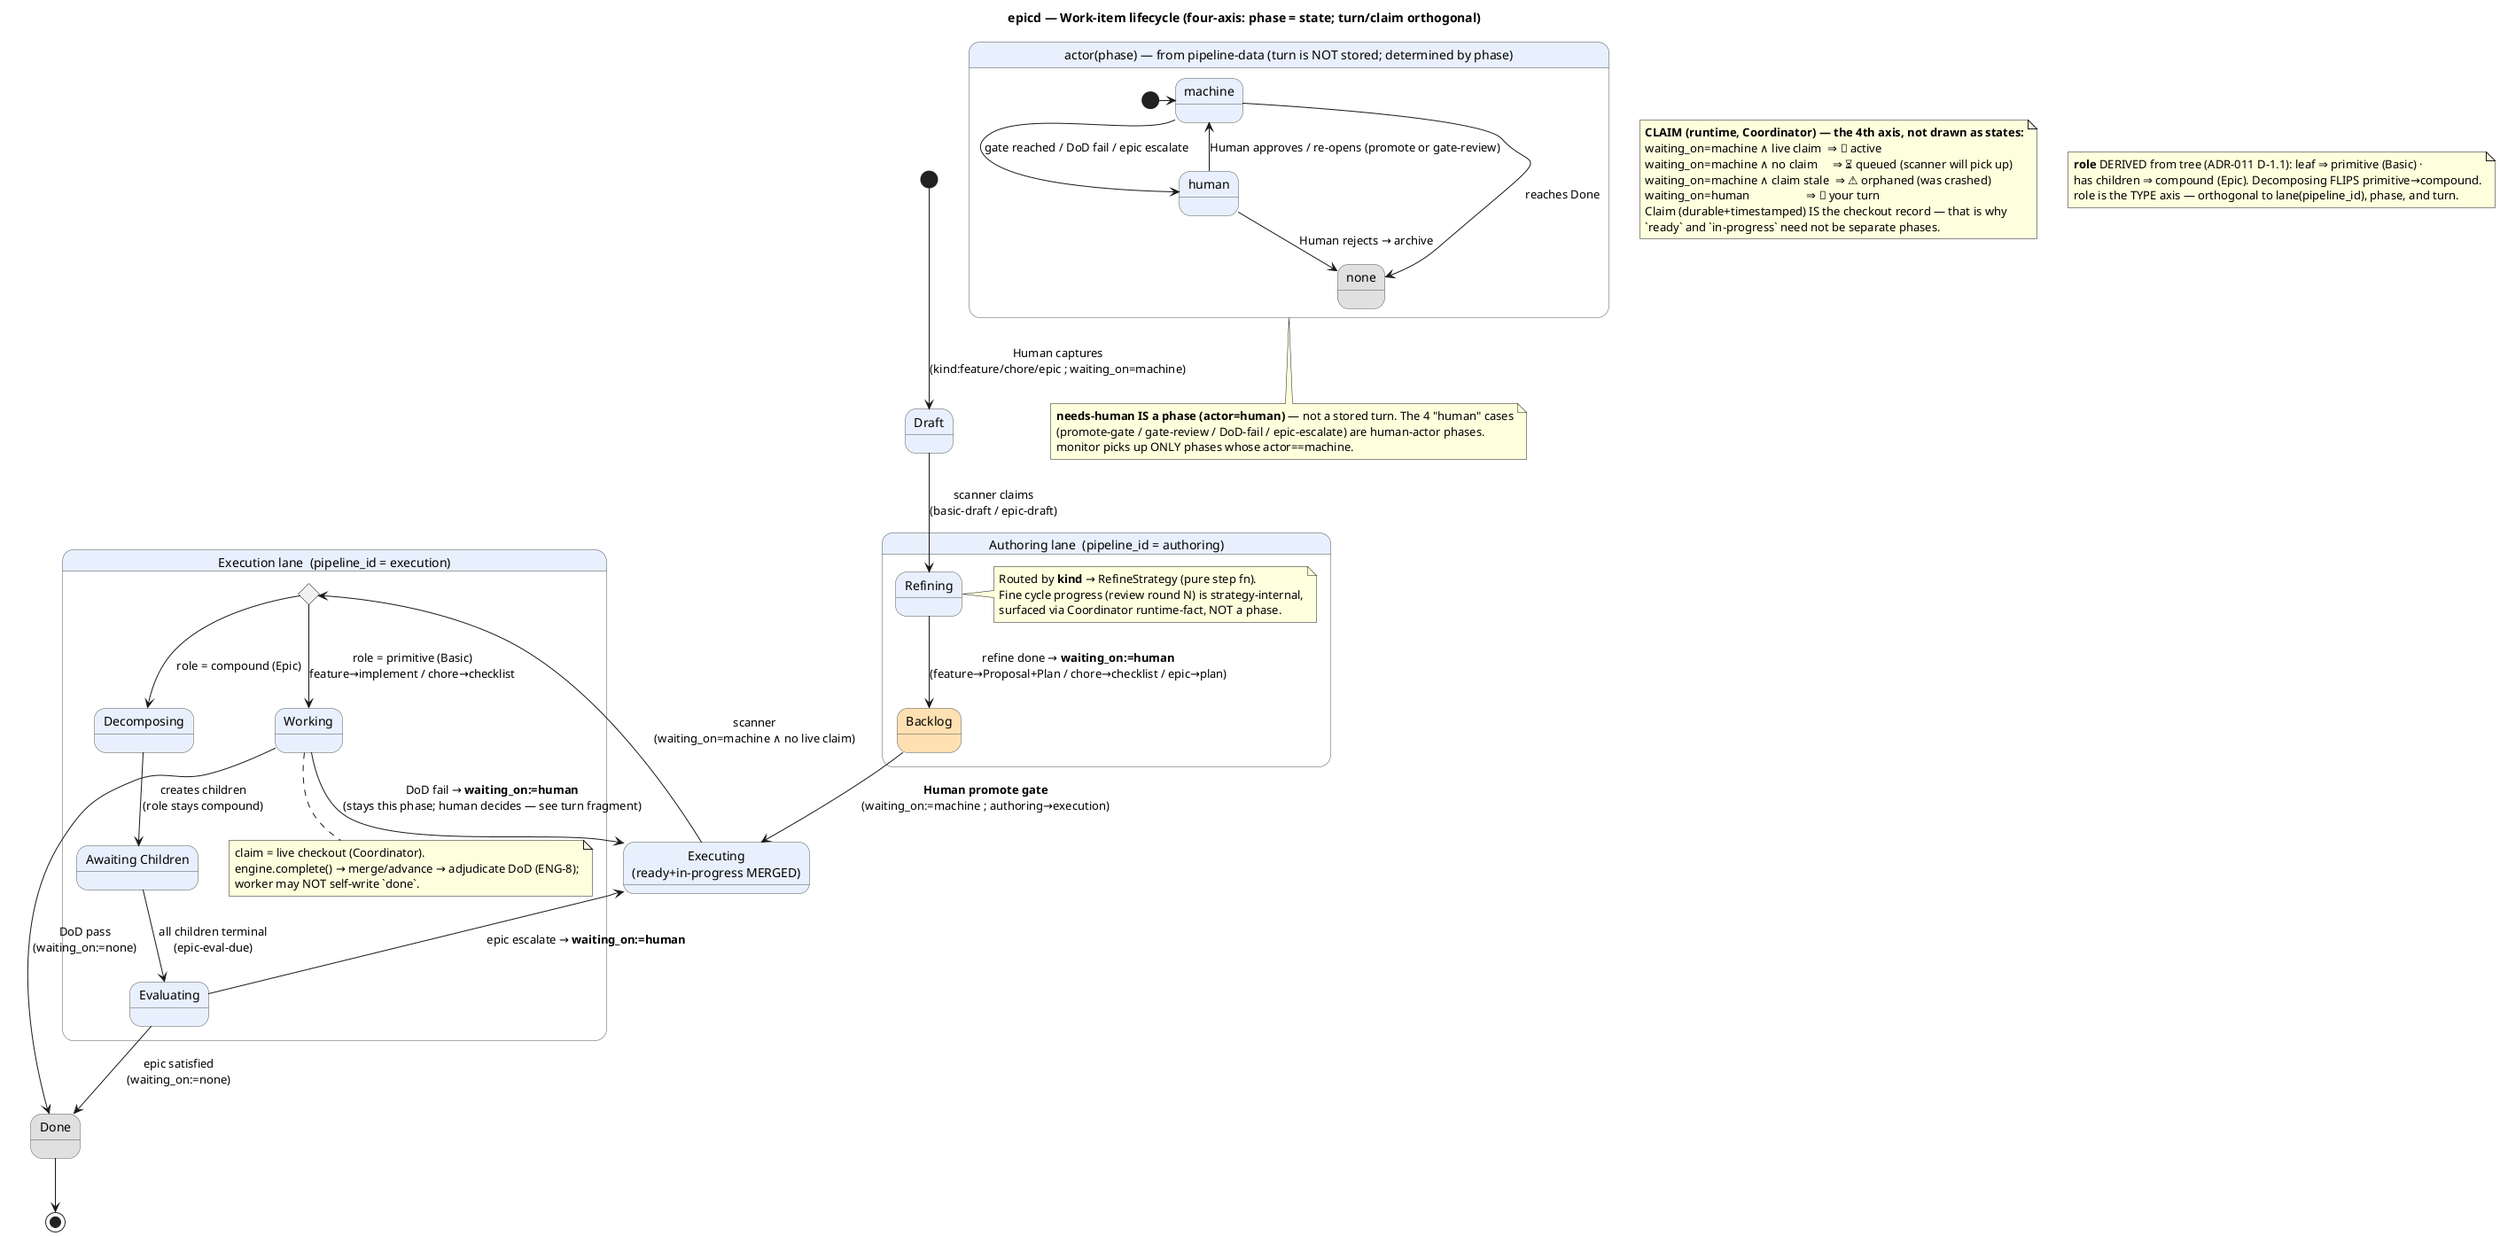
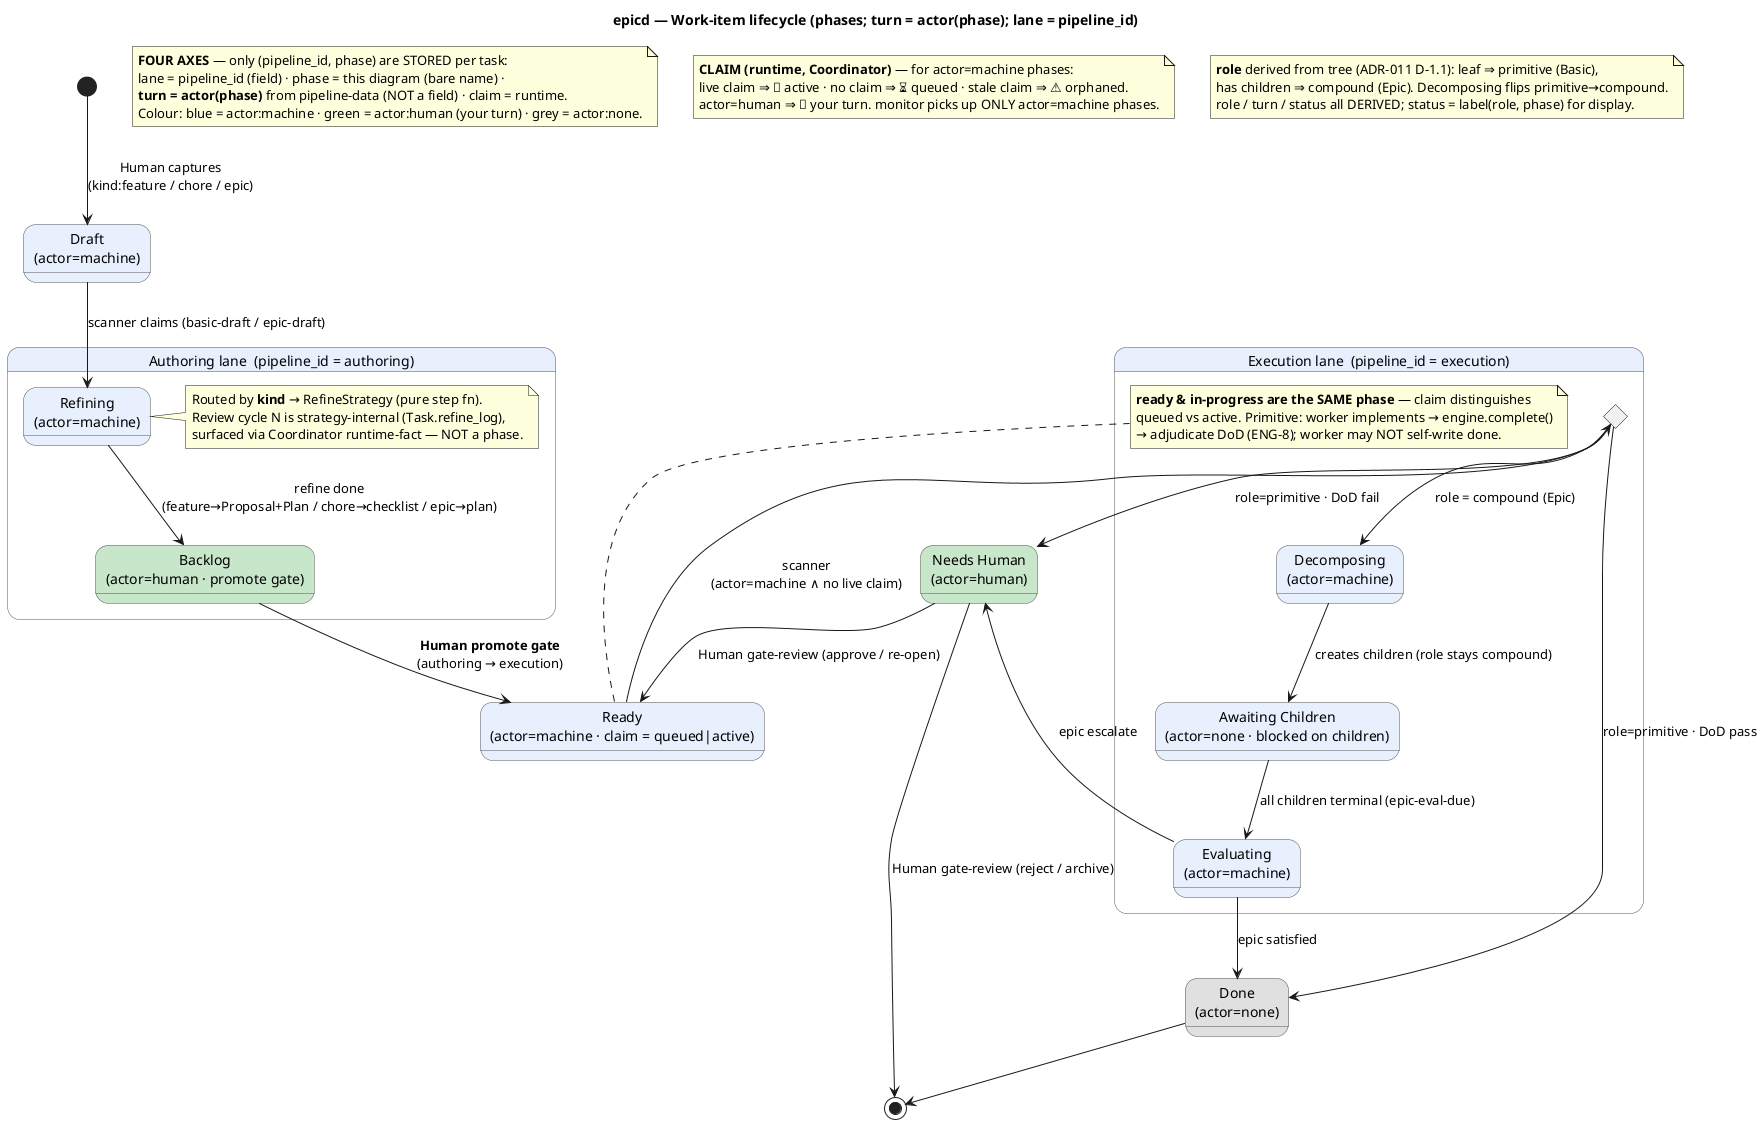
@startuml epicd-workitem-state
- ' epicd — State diagram: a Task's lifecycle across the authoring & execution pipelines.
- ' FOUR-AXIS model (2026-07-04 FINAL): per-task stores only pipeline_id + bare `phase`.
- '   lane   = pipeline_id (field)                    — which board lane
- '   phase  = bare phase name (this main diagram)     — the ONLY persisted progress axis
- '   turn   = actor(phase) = pipelineDef[phase].actor ∈ {machine,human,none} — DERIVED from pipeline-data, NOT a field
- '   role   = derived from tree (ADR-011 D-1.1)
- '   claim  = Coordinator runtime fact               — legend (queued vs active vs stale)
- ' `needs-human` IS a phase (actor=human), not a stored turn. `ready`/`in-progress` distinguished
- ' by CLAIM. status string "Basic: Ready" = label(role, phase) is DERIVED display only. Inert `state` DELETED.
+ ' epicd — State diagram: a Task's lifecycle as PHASES across the authoring & execution pipelines.
+ ' FOUR-AXIS FINAL (2026-07-04): per-task stores ONLY pipeline_id + a bare `phase`.
+ '   lane  = pipeline_id (field)         phase = THIS diagram (stored, bare name)
+ '   turn  = actor(phase) in pipeline-data (machine|human|none) — NOT a field
+ '   claim = Coordinator runtime fact (queued|active|stale)
+ ' There is NO waiting_on field. `needs-human` IS a phase (actor=human).
+ ' status shown to humans = label(role, phase) — display only. Inert engine `state` DELETED.

skinparam backgroundColor #FFFFFF
skinparam shadowing false
skinparam state {
  BorderColor #555555
  BackgroundColor #E8F0FE
-   BackgroundColor<<gate>> #FFE0B2
+   BackgroundColor<<human>> #C8E6C9
  BackgroundColor<<terminal>> #E0E0E0
}

- title epicd — Work-item lifecycle (four-axis: phase = state; turn/claim orthogonal)
+ title epicd — Work-item lifecycle (phases; turn = actor(phase); lane = pipeline_id)

- ' ============ PHASE axis (the persisted progress state machine) ============
- [*] --> Draft : Human captures\n(kind:feature/chore/epic ; waiting_on=machine)
+ [*] --> Draft : Human captures\n(kind:feature / chore / epic)

state "Authoring lane  (pipeline_id = authoring)" as Authoring {
-   state Draft
-   state Refining
-   state Backlog <<gate>>
-   Draft --> Refining : scanner claims\n(basic-draft / epic-draft)
-   Refining --> Backlog : refine done → **waiting_on:=human**\n(feature→Proposal+Plan / chore→checklist / epic→plan)
+   state "Draft\n(actor=machine)" as Draft
+   state "Refining\n(actor=machine)" as Refining
+   state "Backlog\n(actor=human · promote gate)" as Backlog <<human>>
+   Draft --> Refining : scanner claims (basic-draft / epic-draft)
+   Refining --> Backlog : refine done\n(feature→Proposal+Plan / chore→checklist / epic→plan)
  note right of Refining
    Routed by **kind** → RefineStrategy (pure step fn).
-     Fine cycle progress (review round N) is strategy-internal,
-     surfaced via Coordinator runtime-fact, NOT a phase.
+     Review cycle N is strategy-internal (Task.refine_log),
+     surfaced via Coordinator runtime-fact — NOT a phase.
  end note
}

- Backlog --> Executing : **Human promote gate**\n(waiting_on:=machine ; authoring→execution)
+ Backlog --> Ready : **Human promote gate**\n(authoring → execution)

state "Execution lane  (pipeline_id = execution)" as Execution {
  state chooseRole <<choice>>
-   state "Executing\n(ready+in-progress MERGED)" as Executing
-   state Decomposing
-   state "Awaiting Children" as Awaiting
-   state Evaluating
- 
-   Executing --> chooseRole : scanner\n(waiting_on=machine ∧ no live claim)
-   chooseRole --> Working : role = primitive (Basic)\nfeature→implement / chore→checklist
+   state "Ready\n(actor=machine · claim = queued|active)" as Ready
+   state "Decomposing\n(actor=machine)" as Decomposing
+   state "Awaiting Children\n(actor=none · blocked on children)" as Awaiting
+   state "Evaluating\n(actor=machine)" as Evaluating
+   Ready --> chooseRole : scanner\n(actor=machine ∧ no live claim)
  chooseRole --> Decomposing : role = compound (Epic)
-   state Working
-   Decomposing --> Awaiting : creates children\n(role stays compound)
-   Awaiting --> Evaluating : all children terminal\n(epic-eval-due)
-   note bottom of Working
-     claim = live checkout (Coordinator).
-     engine.complete() → merge/advance → adjudicate DoD (ENG-8);
-     worker may NOT self-write `done`.
+   Decomposing --> Awaiting : creates children (role stays compound)
+   Awaiting --> Evaluating : all children terminal (epic-eval-due)
+   note bottom of Ready
+     **ready & in-progress are the SAME phase** — claim distinguishes
+     queued vs active. Primitive: worker implements → engine.complete()
+     → adjudicate DoD (ENG-8); worker may NOT self-write done.
  end note
}

- state "Done" as Done <<terminal>>
+ state "Needs Human\n(actor=human)" as NeedsHuman <<human>>
+ state "Done\n(actor=none)" as Done <<terminal>>

- Working --> Done : DoD pass\n(waiting_on:=none)
- Working --> Executing : DoD fail → **waiting_on:=human**\n(stays this phase; human decides — see turn fragment)
- Evaluating --> Done : epic satisfied\n(waiting_on:=none)
- Evaluating --> Executing : epic escalate → **waiting_on:=human**
+ ' primitive completion (from the actionable Ready phase, via adjudicate):
+ chooseRole --> Done : role=primitive · DoD pass
+ chooseRole --> NeedsHuman : role=primitive · DoD fail
+ ' compound evaluation outcome:
+ Evaluating --> Done : epic satisfied
+ Evaluating --> NeedsHuman : epic escalate
+ 
+ NeedsHuman --> Ready : Human gate-review (approve / re-open)
+ NeedsHuman --> [*] : Human gate-review (reject / archive)
Done --> [*]

- ' ============ TURN axis (orthogonal — the ball's court; persisted waiting_on) ============
- state "actor(phase) — from pipeline-data (turn is NOT stored; determined by phase)" as Turn {
-   state "machine" as T_m
-   state "human" as T_h
-   state "none" as T_n <<terminal>>
-   [*] -> T_m
-   T_m --> T_h : gate reached / DoD fail / epic escalate
-   T_h --> T_m : Human approves / re-opens (promote or gate-review)
-   T_m --> T_n : reaches Done
-   T_h --> T_n : Human rejects → archive
- }
- 
- note bottom of Turn
-   **needs-human IS a phase (actor=human)** — not a stored turn. The 4 "human" cases
-   (promote-gate / gate-review / DoD-fail / epic-escalate) are human-actor phases.
-   monitor picks up ONLY phases whose actor==machine.
+ note as N_axes
+   **FOUR AXES** — only (pipeline_id, phase) are STORED per task:
+   lane = pipeline_id (field) · phase = this diagram (bare name) ·
+   **turn = actor(phase)** from pipeline-data (NOT a field) · claim = runtime.
+   Colour: blue = actor:machine · green = actor:human (your turn) · grey = actor:none.
end note
- 
note as N_claim
-   **CLAIM (runtime, Coordinator) — the 4th axis, not drawn as states:**
-   waiting_on=machine ∧ live claim  ⇒ 🤖 active
-   waiting_on=machine ∧ no claim     ⇒ ⏳ queued (scanner will pick up)
-   waiting_on=machine ∧ claim stale  ⇒ ⚠️ orphaned (was crashed)
-   waiting_on=human                   ⇒ 👤 your turn
-   Claim (durable+timestamped) IS the checkout record — that is why
-   `ready` and `in-progress` need not be separate phases.
+   **CLAIM (runtime, Coordinator)** — for actor=machine phases:
+   live claim ⇒ 🤖 active · no claim ⇒ ⏳ queued · stale claim ⇒ ⚠️ orphaned.
+   actor=human ⇒ 👤 your turn. monitor picks up ONLY actor=machine phases.
end note
- 
note as N_role
-   **role** DERIVED from tree (ADR-011 D-1.1): leaf ⇒ primitive (Basic) ·
-   has children ⇒ compound (Epic). Decomposing FLIPS primitive→compound.
-   role is the TYPE axis — orthogonal to lane(pipeline_id), phase, and turn.
+   **role** derived from tree (ADR-011 D-1.1): leaf ⇒ primitive (Basic),
+   has children ⇒ compound (Epic). Decomposing flips primitive→compound.
+   role / turn / status all DERIVED; status = label(role, phase) for display.
end note

@enduml
